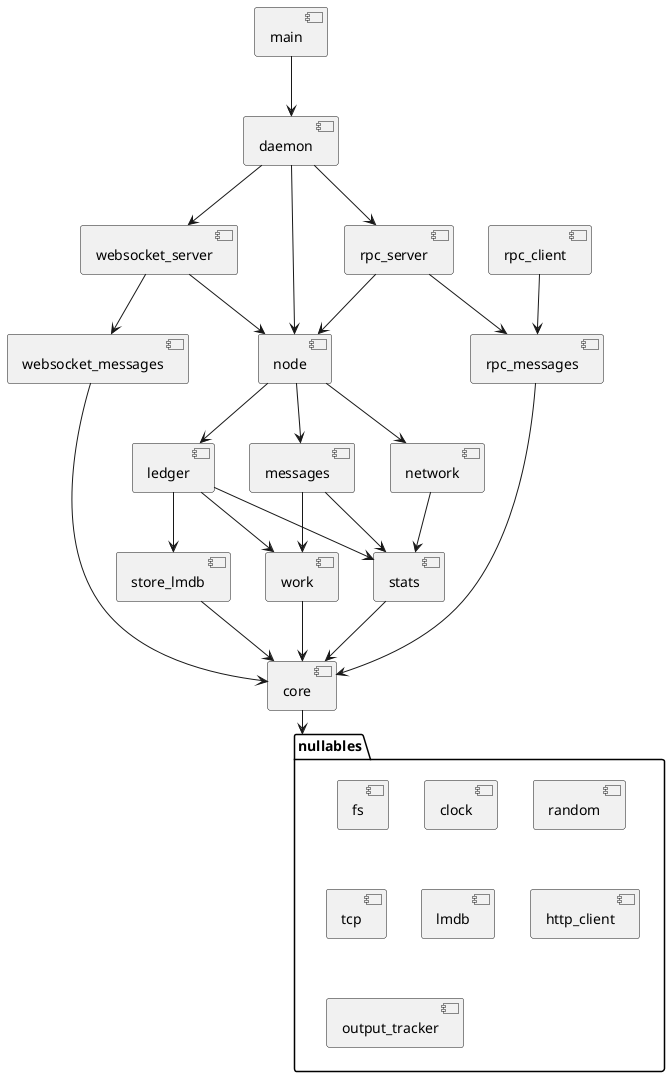
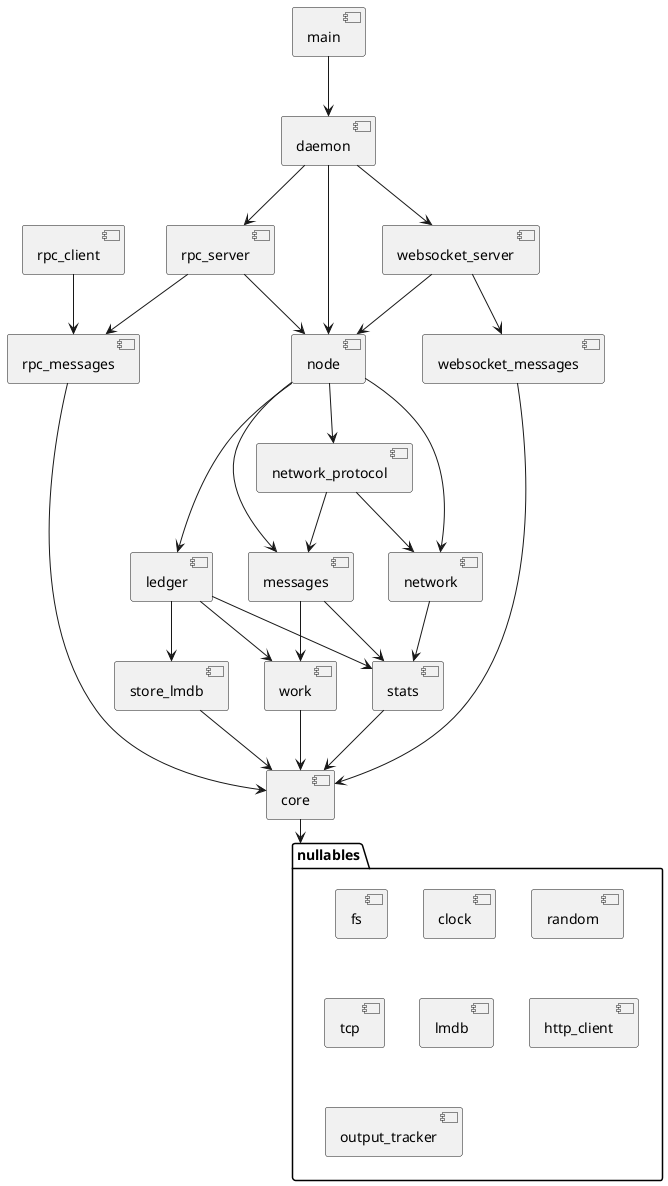
@startuml
[core]
[work]
[stats]
[ledger]
[store_lmdb]
[messages]
[network]
+ [network_protocol]
[daemon]
[node]
[main]
[rpc_messages]
[rpc_server]
[rpc_client]
[websocket_messages]
[websocket_server]

folder "nullables"{
[fs]
[clock]
[random]
[tcp]
[lmdb]
[http_client]
[output_tracker]
}

[main] --> [daemon]
[daemon] --> [node]
[daemon] --> [rpc_server]
[daemon] --> [websocket_server]
[rpc_server] --> [node]
[rpc_server] --> [rpc_messages]
[rpc_client] --> [rpc_messages]
[rpc_messages] --> [core]
[node] --> [ledger]
[node] --> [messages]
[node] --> [network]
+ [node] --> [network_protocol]
+ [network_protocol] --> messages
+ [network_protocol] --> network
[websocket_server] --> [websocket_messages]
[websocket_server] --> [node]
[websocket_messages] --> [core]
[messages] --> [work]
[messages] --> [stats]
[network] --> [stats]
[ledger] --> [store_lmdb]
[ledger] --> [work]
[ledger] --> [stats]
[store_lmdb] --> [core]
[work] --> [core]
[stats] --> [core]
[core] --> "nullables"
@enduml
